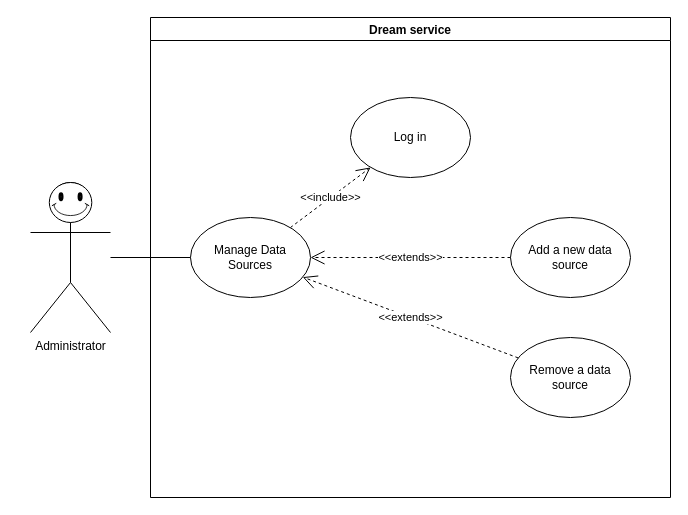
matteovisotto/SE2-CecchettoSirianiVisotto keeps this draw.io diagram as page "Administrator" (3 of 4) of UseCase.drawio. Above is the earlier version. Source tidied: cells renumbered, new cells numbered last; positions are measured from the earlier drawing's top-left corner, leaving out a move shared by most shapes. Both pictures are drawn from the tidied source at 100%, with x=0, y=0 at pixel (30, 17).
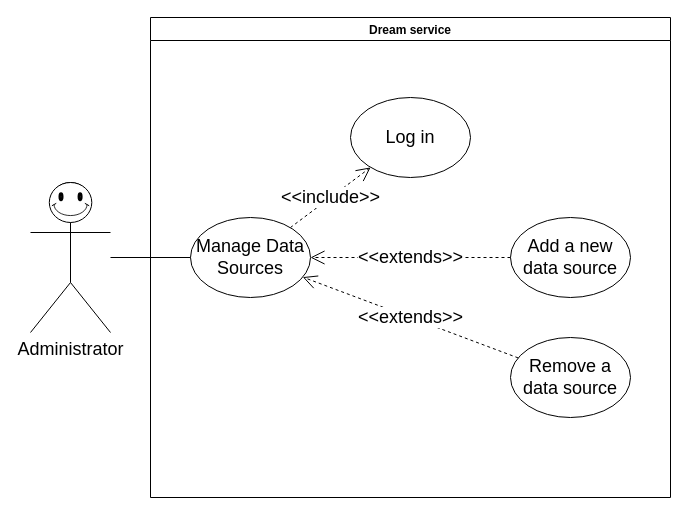
After the change.

Diff of the diagram source:
```diff
@@
 <mxGraphModel>
   <root>
     <mxCell id="0" />
     <mxCell id="1" parent="0" />
-    <mxCell id="2" value="Administrator" style="shape=umlActor;verticalLabelPosition=bottom;verticalAlign=top;html=1;outlineConnect=0;" parent="1" vertex="1">
+    <mxCell id="2" value="&lt;font style=&quot;font-size: 18px&quot;&gt;Administrator&lt;/font&gt;" style="shape=umlActor;verticalLabelPosition=bottom;verticalAlign=top;html=1;outlineConnect=0;" parent="1" vertex="1">
       <mxGeometry y="165" width="80" height="150" as="geometry" />
     </mxCell>
     <mxCell id="3" value="Dream service" style="swimlane;" parent="1" vertex="1">
       <mxGeometry x="120" width="520" height="480" as="geometry" />
     </mxCell>
-    <mxCell id="4" value="Add a new data source" style="ellipse;whiteSpace=wrap;html=1;" parent="3" vertex="1">
+    <mxCell id="4" value="&lt;font style=&quot;font-size: 18px&quot;&gt;Add a new data source&lt;/font&gt;" style="ellipse;whiteSpace=wrap;html=1;" parent="3" vertex="1">
       <mxGeometry x="360" y="200" width="120" height="80" as="geometry" />
     </mxCell>
-    <mxCell id="5" value="Remove a data source" style="ellipse;whiteSpace=wrap;html=1;" parent="3" vertex="1">
+    <mxCell id="5" value="&lt;font style=&quot;font-size: 18px&quot;&gt;Remove a data source&lt;/font&gt;" style="ellipse;whiteSpace=wrap;html=1;" parent="3" vertex="1">
       <mxGeometry x="360" y="320" width="120" height="80" as="geometry" />
     </mxCell>
-    <mxCell id="6" value="Log in" style="ellipse;whiteSpace=wrap;html=1;" parent="3" vertex="1">
+    <mxCell id="6" value="&lt;font style=&quot;font-size: 18px&quot;&gt;Log in&lt;/font&gt;" style="ellipse;whiteSpace=wrap;html=1;" parent="3" vertex="1">
       <mxGeometry x="200" y="80" width="120" height="80" as="geometry" />
     </mxCell>
-    <mxCell id="7" value="&amp;lt;&amp;lt;include&amp;gt;&amp;gt;" style="endArrow=open;endSize=12;dashed=1;html=1;rounded=0;" parent="3" edge="1" source="8" target="6">
+    <mxCell id="7" value="&lt;font style=&quot;font-size: 18px&quot;&gt;&amp;lt;&amp;lt;include&amp;gt;&amp;gt;&lt;/font&gt;" style="endArrow=open;endSize=12;dashed=1;html=1;rounded=0;" parent="3" edge="1" source="8" target="6">
       <mxGeometry relative="1" as="geometry" />
     </mxCell>
-    <mxCell id="8" value="Manage Data Sources" style="ellipse;whiteSpace=wrap;html=1;" parent="3" vertex="1">
+    <mxCell id="8" value="&lt;font style=&quot;font-size: 18px&quot;&gt;Manage Data Sources&lt;/font&gt;" style="ellipse;whiteSpace=wrap;html=1;" parent="3" vertex="1">
       <mxGeometry x="40" y="200" width="120" height="80" as="geometry" />
     </mxCell>
-    <mxCell id="9" value="&amp;lt;&amp;lt;extends&amp;gt;&amp;gt;" style="endArrow=open;endSize=12;dashed=1;html=1;rounded=0;" parent="3" edge="1" source="4" target="8">
+    <mxCell id="9" value="&lt;font style=&quot;font-size: 18px&quot;&gt;&amp;lt;&amp;lt;extends&amp;gt;&amp;gt;&lt;/font&gt;" style="endArrow=open;endSize=12;dashed=1;html=1;rounded=0;" parent="3" edge="1" source="4" target="8">
       <mxGeometry relative="1" as="geometry" />
     </mxCell>
-    <mxCell id="10" value="&amp;lt;&amp;lt;extends&amp;gt;&amp;gt;" style="endArrow=open;endSize=12;dashed=1;html=1;rounded=0;" parent="3" edge="1" source="5" target="8">
+    <mxCell id="10" value="&lt;font style=&quot;font-size: 18px&quot;&gt;&amp;lt;&amp;lt;extends&amp;gt;&amp;gt;&lt;/font&gt;" style="endArrow=open;endSize=12;dashed=1;html=1;rounded=0;" parent="3" edge="1" source="5" target="8">
       <mxGeometry relative="1" as="geometry" />
     </mxCell>
     <mxCell id="11" style="verticalLabelPosition=bottom;verticalAlign=top;html=1;shape=mxgraph.basic.smiley;" parent="1" vertex="1">
       <mxGeometry x="18.8" y="165" width="42.5" height="40" as="geometry" />
     </mxCell>
     <mxCell id="12" style="endArrow=none;html=1;rounded=0;" parent="1" edge="1" source="2" target="8">
       <mxGeometry relative="1" as="geometry" />
     </mxCell>
   </root>
 </mxGraphModel>
```
